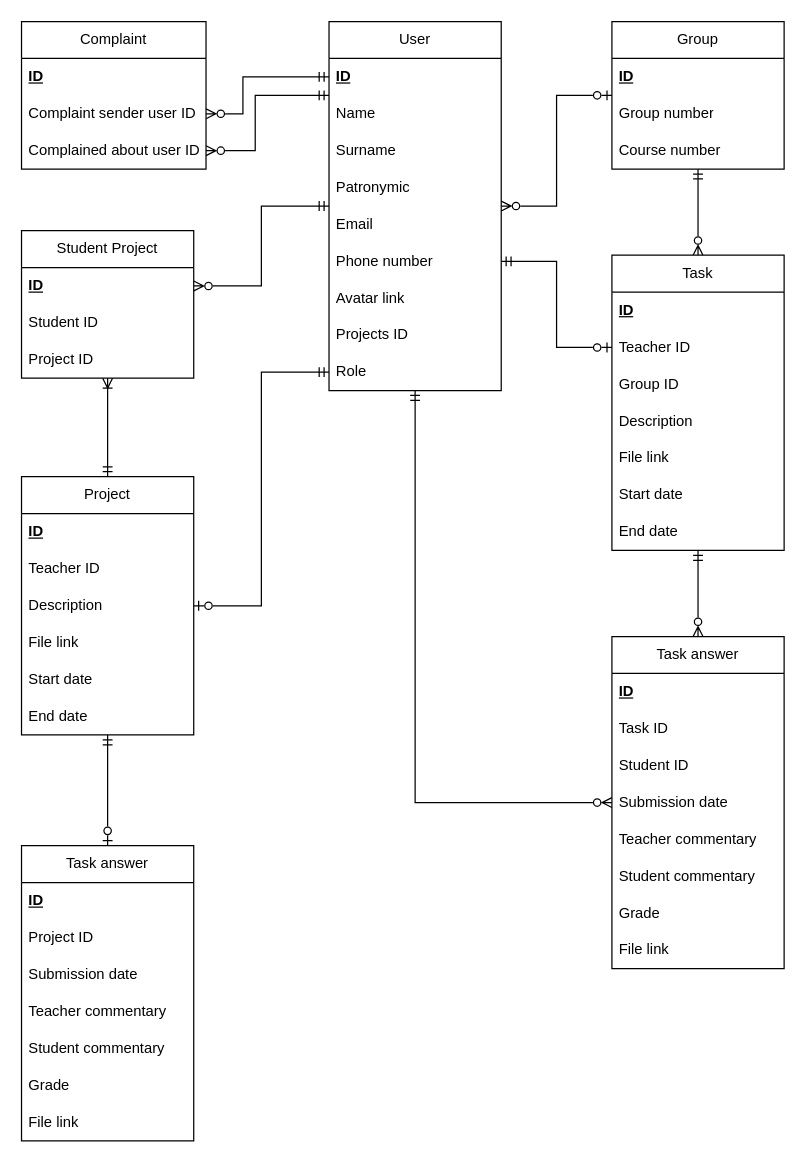
daniilShestopalov/Group_project_on_programming-_technologies-ProjectPal- keeps this draw.io diagram as Diagrams/ER diagram/ER-диаграмма.drawio. Above is the earlier version. Source tidied: cells renumbered, new cells numbered last; positions are measured from the earlier drawing's top-left corner, leaving out a move shared by most shapes. Both pictures are drawn from the tidied source at 123%, with x=0, y=0 at pixel (21, 21).
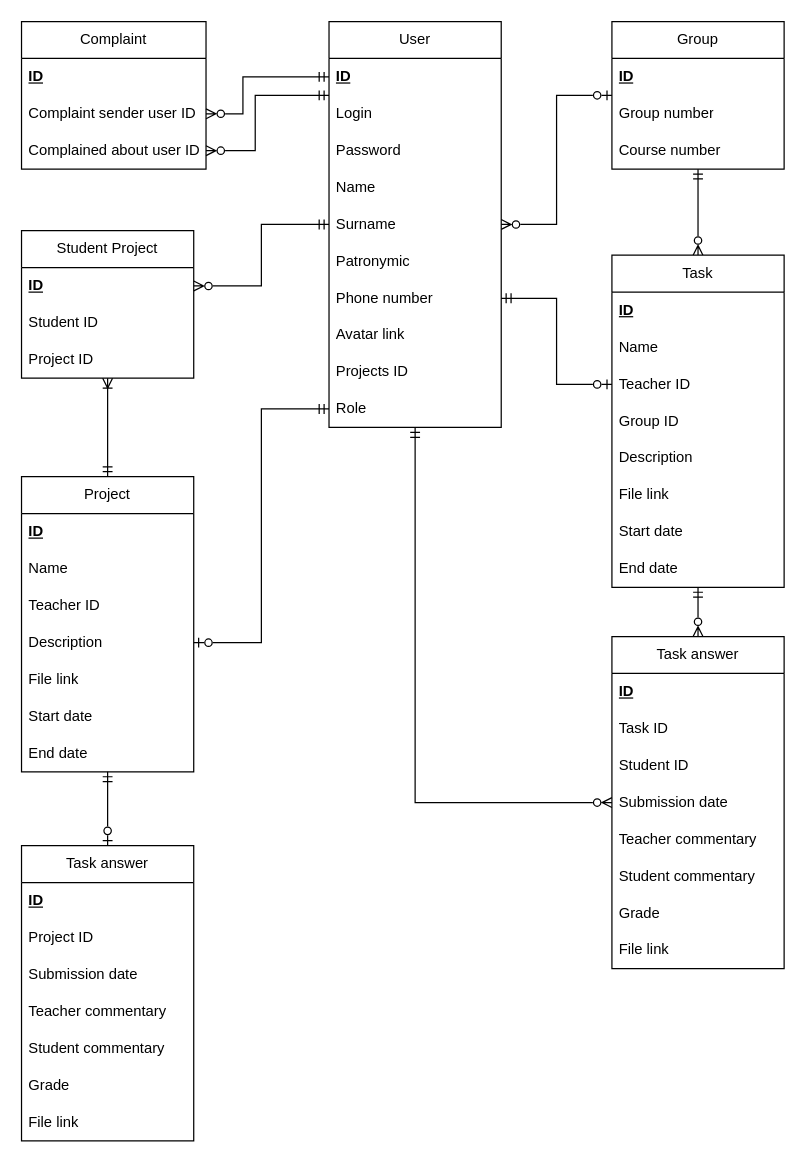
Above is the later version.

The edit, as a diff of the source:
```diff
@@
     <mxCell id="2" value="User" style="swimlane;fontStyle=0;horizontal=1;startSize=30;whiteSpace=wrap;html=1;" parent="1" vertex="1">
-      <mxGeometry x="250" width="140" height="300" as="geometry" />
+      <mxGeometry x="250" width="140" height="330" as="geometry" />
     </mxCell>
@@
+    <mxCell id="7" value="Login" style="text;strokeColor=none;fillColor=none;align=left;verticalAlign=middle;spacingLeft=4;spacingRight=4;overflow=hidden;whiteSpace=wrap;html=1;" parent="2" vertex="1">
+      <mxGeometry y="60" width="140" height="30" as="geometry" />
+    </mxCell>
+    <mxCell id="67" value="Password" style="text;strokeColor=none;fillColor=none;align=left;verticalAlign=middle;spacingLeft=4;spacingRight=4;overflow=hidden;whiteSpace=wrap;html=1;" parent="2" vertex="1">
+      <mxGeometry y="90" width="140" height="30" as="geometry" />
+    </mxCell>
     <mxCell id="4" value="Name&amp;nbsp;" style="text;strokeColor=none;fillColor=none;align=left;verticalAlign=middle;spacingLeft=4;spacingRight=4;overflow=hidden;whiteSpace=wrap;html=1;" parent="2" vertex="1">
-      <mxGeometry y="60" width="140" height="30" as="geometry" />
+      <mxGeometry y="120" width="140" height="30" as="geometry" />
     </mxCell>
     <mxCell id="5" value="Surname" style="text;strokeColor=none;fillColor=none;align=left;verticalAlign=middle;spacingLeft=4;spacingRight=4;overflow=hidden;whiteSpace=wrap;html=1;" parent="2" vertex="1">
-      <mxGeometry y="90" width="140" height="30" as="geometry" />
+      <mxGeometry y="150" width="140" height="30" as="geometry" />
     </mxCell>
     <mxCell id="6" value="Patronymic" style="text;strokeColor=none;fillColor=none;align=left;verticalAlign=middle;spacingLeft=4;spacingRight=4;overflow=hidden;whiteSpace=wrap;html=1;" parent="2" vertex="1">
-      <mxGeometry y="120" width="140" height="30" as="geometry" />
+      <mxGeometry y="180" width="140" height="30" as="geometry" />
     </mxCell>
-    <mxCell id="7" value="Email" style="text;strokeColor=none;fillColor=none;align=left;verticalAlign=middle;spacingLeft=4;spacingRight=4;overflow=hidden;whiteSpace=wrap;html=1;" parent="2" vertex="1">
-      <mxGeometry y="150" width="140" height="30" as="geometry" />
-    </mxCell>
     <mxCell id="8" value="Phone number" style="text;strokeColor=none;fillColor=none;align=left;verticalAlign=middle;spacingLeft=4;spacingRight=4;overflow=hidden;points=[[0,0.5],[1,0.5]];portConstraint=eastwest;whiteSpace=wrap;html=1;" parent="2" vertex="1">
-      <mxGeometry y="180" width="140" height="30" as="geometry" />
+      <mxGeometry y="210" width="140" height="30" as="geometry" />
     </mxCell>
     <mxCell id="9" value="Avatar link" style="text;strokeColor=none;fillColor=none;align=left;verticalAlign=middle;spacingLeft=4;spacingRight=4;overflow=hidden;whiteSpace=wrap;html=1;" parent="2" vertex="1">
-      <mxGeometry y="210" width="140" height="30" as="geometry" />
+      <mxGeometry y="240" width="140" height="30" as="geometry" />
     </mxCell>
     <mxCell id="10" value="Projects ID" style="text;strokeColor=none;fillColor=none;align=left;verticalAlign=middle;spacingLeft=4;spacingRight=4;overflow=hidden;whiteSpace=wrap;html=1;" parent="2" vertex="1">
-      <mxGeometry y="240" width="140" height="30" as="geometry" />
+      <mxGeometry y="270" width="140" height="30" as="geometry" />
     </mxCell>
     <mxCell id="11" value="Role" style="text;strokeColor=none;fillColor=none;align=left;verticalAlign=middle;spacingLeft=4;spacingRight=4;overflow=hidden;points=[[0,0.5],[1,0.5]];portConstraint=eastwest;whiteSpace=wrap;html=1;" parent="2" vertex="1">
-      <mxGeometry y="270" width="140" height="30" as="geometry" />
+      <mxGeometry y="300" width="140" height="30" as="geometry" />
     </mxCell>
@@
     <mxCell id="13" value="Task" style="swimlane;fontStyle=0;horizontal=1;startSize=30;whiteSpace=wrap;html=1;" parent="1" vertex="1">
-      <mxGeometry x="480" y="190" width="140" height="240" as="geometry" />
+      <mxGeometry x="480" y="190" width="140" height="270" as="geometry" />
     </mxCell>
@@
+    <mxCell id="68" value="Name" style="text;strokeColor=none;fillColor=none;align=left;verticalAlign=middle;spacingLeft=4;spacingRight=4;overflow=hidden;whiteSpace=wrap;html=1;" parent="13" vertex="1">
+      <mxGeometry y="60" width="140" height="30" as="geometry" />
+    </mxCell>
     <mxCell id="15" value="Teacher ID" style="text;strokeColor=none;fillColor=none;align=left;verticalAlign=middle;spacingLeft=4;spacingRight=4;overflow=hidden;points=[[0,0.5],[1,0.5]];portConstraint=eastwest;whiteSpace=wrap;html=1;" parent="13" vertex="1">
-      <mxGeometry y="60" width="140" height="30" as="geometry" />
+      <mxGeometry y="90" width="140" height="30" as="geometry" />
     </mxCell>
     <mxCell id="16" value="Group ID" style="text;strokeColor=none;fillColor=none;align=left;verticalAlign=middle;spacingLeft=4;spacingRight=4;overflow=hidden;whiteSpace=wrap;html=1;" parent="13" vertex="1">
-      <mxGeometry y="90" width="140" height="30" as="geometry" />
+      <mxGeometry y="120" width="140" height="30" as="geometry" />
     </mxCell>
     <mxCell id="17" value="Description" style="text;strokeColor=none;fillColor=none;align=left;verticalAlign=middle;spacingLeft=4;spacingRight=4;overflow=hidden;whiteSpace=wrap;html=1;" parent="13" vertex="1">
-      <mxGeometry y="120" width="140" height="30" as="geometry" />
+      <mxGeometry y="150" width="140" height="30" as="geometry" />
     </mxCell>
     <mxCell id="18" value="File link" style="text;strokeColor=none;fillColor=none;align=left;verticalAlign=middle;spacingLeft=4;spacingRight=4;overflow=hidden;whiteSpace=wrap;html=1;" parent="13" vertex="1">
-      <mxGeometry y="150" width="140" height="30" as="geometry" />
+      <mxGeometry y="180" width="140" height="30" as="geometry" />
     </mxCell>
     <mxCell id="19" value="Start date" style="text;strokeColor=none;fillColor=none;align=left;verticalAlign=middle;spacingLeft=4;spacingRight=4;overflow=hidden;whiteSpace=wrap;html=1;" parent="13" vertex="1">
-      <mxGeometry y="180" width="140" height="30" as="geometry" />
+      <mxGeometry y="210" width="140" height="30" as="geometry" />
     </mxCell>
     <mxCell id="20" value="End date" style="text;strokeColor=none;fillColor=none;align=left;verticalAlign=middle;spacingLeft=4;spacingRight=4;overflow=hidden;whiteSpace=wrap;html=1;" parent="13" vertex="1">
-      <mxGeometry y="210" width="140" height="30" as="geometry" />
+      <mxGeometry y="240" width="140" height="30" as="geometry" />
     </mxCell>
@@
     <mxCell id="45" value="Project" style="swimlane;fontStyle=0;horizontal=1;startSize=30;whiteSpace=wrap;html=1;" parent="1" vertex="1">
-      <mxGeometry y="370" width="140" height="210" as="geometry" />
+      <mxGeometry y="370" width="140" height="240" as="geometry" />
     </mxCell>
@@
+    <mxCell id="69" value="Name" style="text;strokeColor=none;fillColor=none;align=left;verticalAlign=middle;spacingLeft=4;spacingRight=4;overflow=hidden;whiteSpace=wrap;html=1;" parent="45" vertex="1">
+      <mxGeometry y="60" width="140" height="30" as="geometry" />
+    </mxCell>
     <mxCell id="47" value="Teacher ID" style="text;strokeColor=none;fillColor=none;align=left;verticalAlign=middle;spacingLeft=4;spacingRight=4;overflow=hidden;whiteSpace=wrap;html=1;" parent="45" vertex="1">
-      <mxGeometry y="60" width="140" height="30" as="geometry" />
+      <mxGeometry y="90" width="140" height="30" as="geometry" />
     </mxCell>
     <mxCell id="48" value="Description" style="text;strokeColor=none;fillColor=none;align=left;verticalAlign=middle;spacingLeft=4;spacingRight=4;overflow=hidden;points=[[0,0.5],[1,0.5]];portConstraint=eastwest;whiteSpace=wrap;html=1;" parent="45" vertex="1">
-      <mxGeometry y="90" width="140" height="30" as="geometry" />
+      <mxGeometry y="120" width="140" height="30" as="geometry" />
     </mxCell>
     <mxCell id="49" value="File link" style="text;strokeColor=none;fillColor=none;align=left;verticalAlign=middle;spacingLeft=4;spacingRight=4;overflow=hidden;whiteSpace=wrap;html=1;" parent="45" vertex="1">
-      <mxGeometry y="120" width="140" height="30" as="geometry" />
+      <mxGeometry y="150" width="140" height="30" as="geometry" />
     </mxCell>
     <mxCell id="50" value="Start date" style="text;strokeColor=none;fillColor=none;align=left;verticalAlign=middle;spacingLeft=4;spacingRight=4;overflow=hidden;whiteSpace=wrap;html=1;" parent="45" vertex="1">
-      <mxGeometry y="150" width="140" height="30" as="geometry" />
+      <mxGeometry y="180" width="140" height="30" as="geometry" />
     </mxCell>
     <mxCell id="51" value="End date" style="text;strokeColor=none;fillColor=none;align=left;verticalAlign=middle;spacingLeft=4;spacingRight=4;overflow=hidden;whiteSpace=wrap;html=1;" parent="45" vertex="1">
-      <mxGeometry y="180" width="140" height="30" as="geometry" />
+      <mxGeometry y="210" width="140" height="30" as="geometry" />
     </mxCell>
```
